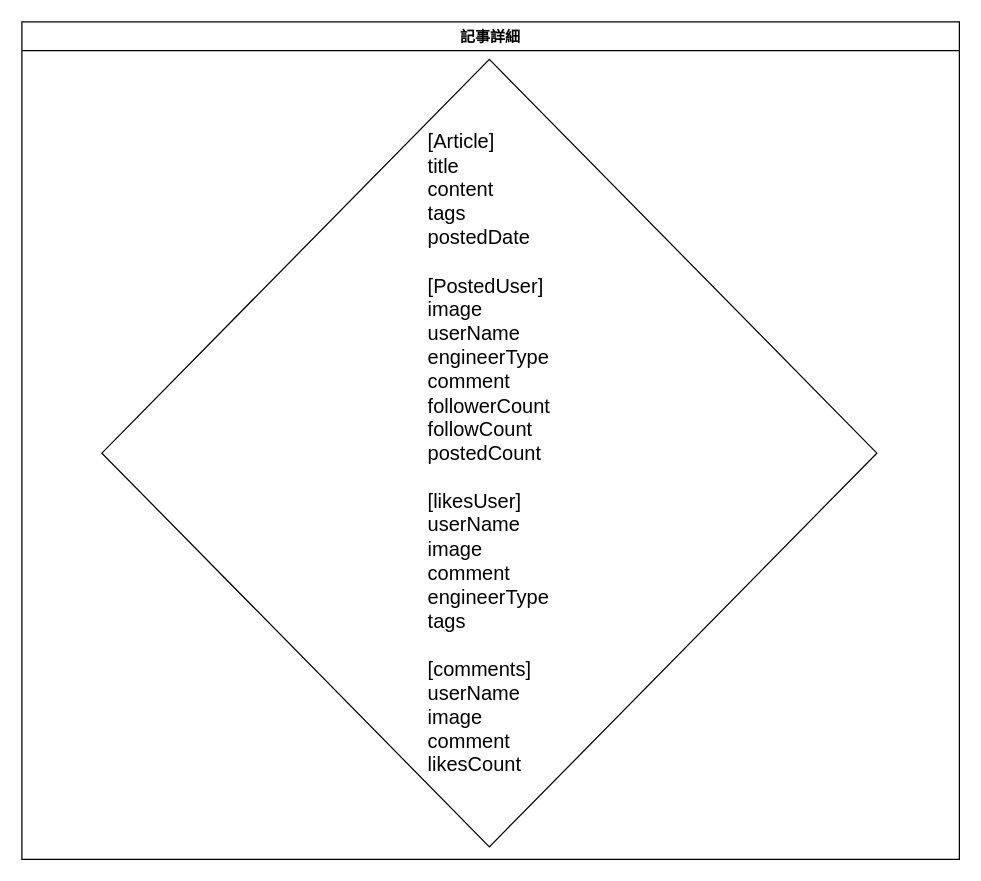
Earlier version of the draw.io diagram page "記事画面" (3 of 8) of Designs/要件定義.drawio (yusuke-rakus/Qiish). Source tidied: cells renumbered, new cells numbered last; positions are measured from the earlier drawing's top-left corner, leaving out a move shared by most shapes. Both pictures are drawn from the tidied source at 125%, with x=0, y=0 at pixel (21, 21).
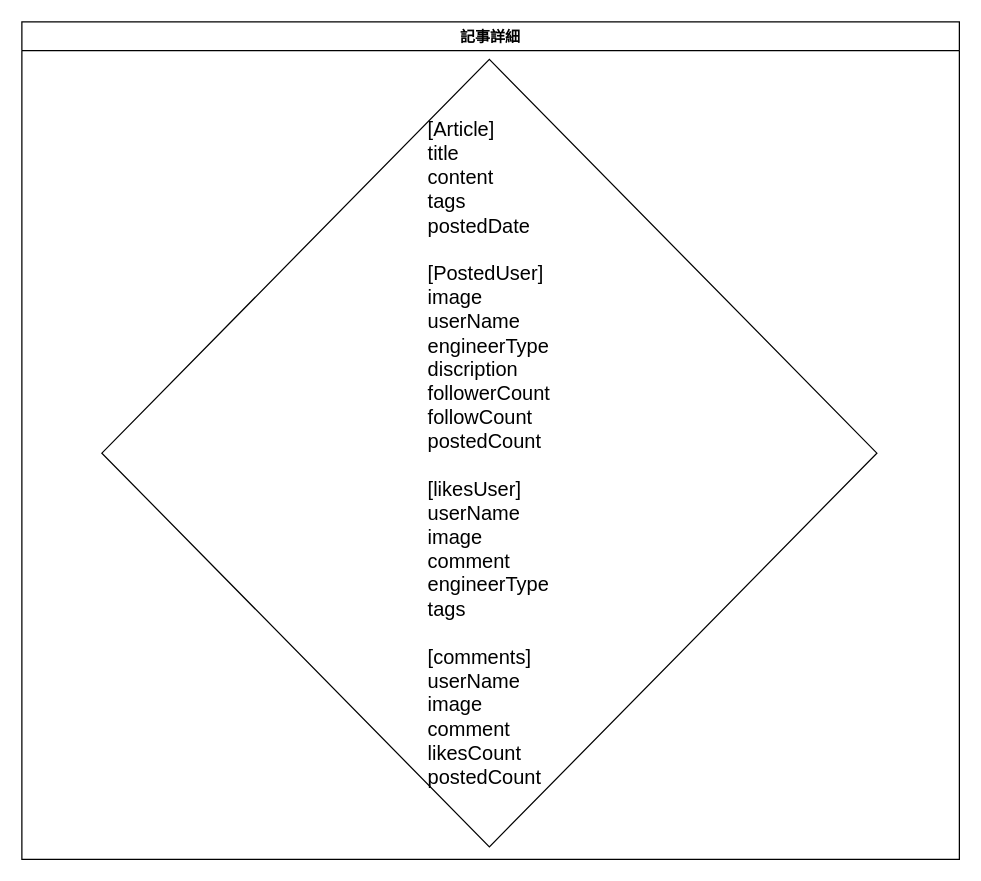
After the change.

What changed in the source:
```diff
@@
 <mxGraphModel>
   <root>
     <mxCell id="0" />
     <mxCell id="1" parent="0" />
     <mxCell id="2" value="記事詳細" style="swimlane;" parent="1" vertex="1">
       <mxGeometry width="750" height="670" as="geometry" />
     </mxCell>
-    <mxCell id="3" value="&lt;div style=&quot;text-align: justify&quot;&gt;&lt;font style=&quot;font-size: 16px&quot;&gt;&lt;span&gt;[Article]&lt;/span&gt;&lt;br&gt;&lt;/font&gt;&lt;/div&gt;&lt;div style=&quot;text-align: justify&quot;&gt;&lt;font size=&quot;3&quot;&gt;title&lt;br&gt;&lt;/font&gt;&lt;/div&gt;&lt;div style=&quot;text-align: justify&quot;&gt;&lt;font size=&quot;3&quot;&gt;content&lt;/font&gt;&lt;/div&gt;&lt;div style=&quot;text-align: justify&quot;&gt;&lt;font size=&quot;3&quot;&gt;tags&lt;/font&gt;&lt;/div&gt;&lt;div style=&quot;text-align: justify&quot;&gt;&lt;font size=&quot;3&quot;&gt;postedDate&lt;/font&gt;&lt;/div&gt;&lt;div style=&quot;text-align: justify&quot;&gt;&lt;font size=&quot;3&quot;&gt;&lt;br&gt;&lt;/font&gt;&lt;/div&gt;&lt;div style=&quot;text-align: justify&quot;&gt;&lt;font size=&quot;3&quot;&gt;&lt;span&gt;[PostedUser]&lt;/span&gt;&lt;br&gt;&lt;/font&gt;&lt;/div&gt;&lt;div style=&quot;text-align: justify&quot;&gt;&lt;font size=&quot;3&quot;&gt;image&lt;/font&gt;&lt;/div&gt;&lt;div style=&quot;text-align: justify&quot;&gt;&lt;font size=&quot;3&quot;&gt;userName&lt;/font&gt;&lt;/div&gt;&lt;div style=&quot;text-align: justify&quot;&gt;&lt;font size=&quot;3&quot;&gt;engineerType&lt;/font&gt;&lt;/div&gt;&lt;div style=&quot;text-align: justify&quot;&gt;&lt;font size=&quot;3&quot;&gt;comment&lt;/font&gt;&lt;/div&gt;&lt;div style=&quot;text-align: justify&quot;&gt;&lt;font size=&quot;3&quot;&gt;followerCount&lt;/font&gt;&lt;/div&gt;&lt;div style=&quot;text-align: justify&quot;&gt;&lt;font size=&quot;3&quot;&gt;followCount&lt;/font&gt;&lt;/div&gt;&lt;div style=&quot;text-align: justify&quot;&gt;&lt;font size=&quot;3&quot;&gt;postedCount&lt;/font&gt;&lt;/div&gt;&lt;div style=&quot;text-align: justify&quot;&gt;&lt;font size=&quot;3&quot;&gt;&lt;br&gt;&lt;/font&gt;&lt;/div&gt;&lt;div style=&quot;text-align: justify&quot;&gt;&lt;font size=&quot;3&quot;&gt;[likesUser]&lt;/font&gt;&lt;/div&gt;&lt;div style=&quot;text-align: justify&quot;&gt;&lt;font size=&quot;3&quot;&gt;userName&lt;/font&gt;&lt;/div&gt;&lt;div style=&quot;text-align: justify&quot;&gt;&lt;font size=&quot;3&quot;&gt;image&lt;/font&gt;&lt;/div&gt;&lt;div style=&quot;text-align: justify&quot;&gt;&lt;font size=&quot;3&quot;&gt;comment&lt;/font&gt;&lt;/div&gt;&lt;div style=&quot;text-align: justify&quot;&gt;&lt;font size=&quot;3&quot;&gt;engineerType&lt;/font&gt;&lt;/div&gt;&lt;div style=&quot;text-align: justify&quot;&gt;&lt;font size=&quot;3&quot;&gt;tags&lt;/font&gt;&lt;/div&gt;&lt;div style=&quot;text-align: justify&quot;&gt;&lt;font size=&quot;3&quot;&gt;&lt;br&gt;&lt;/font&gt;&lt;/div&gt;&lt;div style=&quot;text-align: justify&quot;&gt;&lt;font size=&quot;3&quot;&gt;[comments]&lt;/font&gt;&lt;/div&gt;&lt;div style=&quot;text-align: justify&quot;&gt;&lt;font size=&quot;3&quot;&gt;userName&lt;/font&gt;&lt;/div&gt;&lt;div style=&quot;text-align: justify&quot;&gt;&lt;font size=&quot;3&quot;&gt;image&lt;/font&gt;&lt;/div&gt;&lt;div style=&quot;text-align: justify&quot;&gt;&lt;font size=&quot;3&quot;&gt;comment&lt;/font&gt;&lt;/div&gt;&lt;div style=&quot;text-align: justify&quot;&gt;&lt;font size=&quot;3&quot;&gt;likesCount&lt;/font&gt;&lt;/div&gt;" style="rhombus;whiteSpace=wrap;html=1;" parent="2" vertex="1">
+    <mxCell id="3" value="&lt;div style=&quot;text-align: justify&quot;&gt;&lt;font style=&quot;font-size: 16px&quot;&gt;&lt;span&gt;[Article]&lt;/span&gt;&lt;br&gt;&lt;/font&gt;&lt;/div&gt;&lt;div style=&quot;text-align: justify&quot;&gt;&lt;font size=&quot;3&quot;&gt;title&lt;br&gt;&lt;/font&gt;&lt;/div&gt;&lt;div style=&quot;text-align: justify&quot;&gt;&lt;font size=&quot;3&quot;&gt;content&lt;/font&gt;&lt;/div&gt;&lt;div style=&quot;text-align: justify&quot;&gt;&lt;font size=&quot;3&quot;&gt;tags&lt;/font&gt;&lt;/div&gt;&lt;div style=&quot;text-align: justify&quot;&gt;&lt;font size=&quot;3&quot;&gt;postedDate&lt;/font&gt;&lt;/div&gt;&lt;div style=&quot;text-align: justify&quot;&gt;&lt;font size=&quot;3&quot;&gt;&lt;br&gt;&lt;/font&gt;&lt;/div&gt;&lt;div style=&quot;text-align: justify&quot;&gt;&lt;font size=&quot;3&quot;&gt;&lt;span&gt;[PostedUser]&lt;/span&gt;&lt;br&gt;&lt;/font&gt;&lt;/div&gt;&lt;div style=&quot;text-align: justify&quot;&gt;&lt;font size=&quot;3&quot;&gt;image&lt;/font&gt;&lt;/div&gt;&lt;div style=&quot;text-align: justify&quot;&gt;&lt;font size=&quot;3&quot;&gt;userName&lt;/font&gt;&lt;/div&gt;&lt;div style=&quot;text-align: justify&quot;&gt;&lt;font size=&quot;3&quot;&gt;engineerType&lt;/font&gt;&lt;/div&gt;&lt;div style=&quot;text-align: justify&quot;&gt;&lt;font size=&quot;3&quot;&gt;discription&lt;/font&gt;&lt;/div&gt;&lt;div style=&quot;text-align: justify&quot;&gt;&lt;font size=&quot;3&quot;&gt;followerCount&lt;/font&gt;&lt;/div&gt;&lt;div style=&quot;text-align: justify&quot;&gt;&lt;font size=&quot;3&quot;&gt;followCount&lt;/font&gt;&lt;/div&gt;&lt;div style=&quot;text-align: justify&quot;&gt;&lt;font size=&quot;3&quot;&gt;postedCount&lt;/font&gt;&lt;/div&gt;&lt;div style=&quot;text-align: justify&quot;&gt;&lt;font size=&quot;3&quot;&gt;&lt;br&gt;&lt;/font&gt;&lt;/div&gt;&lt;div style=&quot;text-align: justify&quot;&gt;&lt;font size=&quot;3&quot;&gt;[likesUser]&lt;/font&gt;&lt;/div&gt;&lt;div style=&quot;text-align: justify&quot;&gt;&lt;font size=&quot;3&quot;&gt;userName&lt;/font&gt;&lt;/div&gt;&lt;div style=&quot;text-align: justify&quot;&gt;&lt;font size=&quot;3&quot;&gt;image&lt;/font&gt;&lt;/div&gt;&lt;div style=&quot;text-align: justify&quot;&gt;&lt;font size=&quot;3&quot;&gt;comment&lt;/font&gt;&lt;/div&gt;&lt;div style=&quot;text-align: justify&quot;&gt;&lt;font size=&quot;3&quot;&gt;engineerType&lt;/font&gt;&lt;/div&gt;&lt;div style=&quot;text-align: justify&quot;&gt;&lt;font size=&quot;3&quot;&gt;tags&lt;/font&gt;&lt;/div&gt;&lt;div style=&quot;text-align: justify&quot;&gt;&lt;font size=&quot;3&quot;&gt;&lt;br&gt;&lt;/font&gt;&lt;/div&gt;&lt;div style=&quot;text-align: justify&quot;&gt;&lt;font size=&quot;3&quot;&gt;[comments]&lt;/font&gt;&lt;/div&gt;&lt;div style=&quot;text-align: justify&quot;&gt;&lt;font size=&quot;3&quot;&gt;userName&lt;/font&gt;&lt;/div&gt;&lt;div style=&quot;text-align: justify&quot;&gt;&lt;font size=&quot;3&quot;&gt;image&lt;/font&gt;&lt;/div&gt;&lt;div style=&quot;text-align: justify&quot;&gt;&lt;font size=&quot;3&quot;&gt;comment&lt;/font&gt;&lt;/div&gt;&lt;div style=&quot;text-align: justify&quot;&gt;&lt;font size=&quot;3&quot;&gt;likesCount&lt;/font&gt;&lt;/div&gt;&lt;div style=&quot;text-align: justify&quot;&gt;&lt;font size=&quot;3&quot;&gt;postedCount&lt;/font&gt;&lt;/div&gt;" style="rhombus;whiteSpace=wrap;html=1;" parent="2" vertex="1">
       <mxGeometry x="64" y="30" width="620" height="630" as="geometry" />
     </mxCell>
   </root>
 </mxGraphModel>
```
